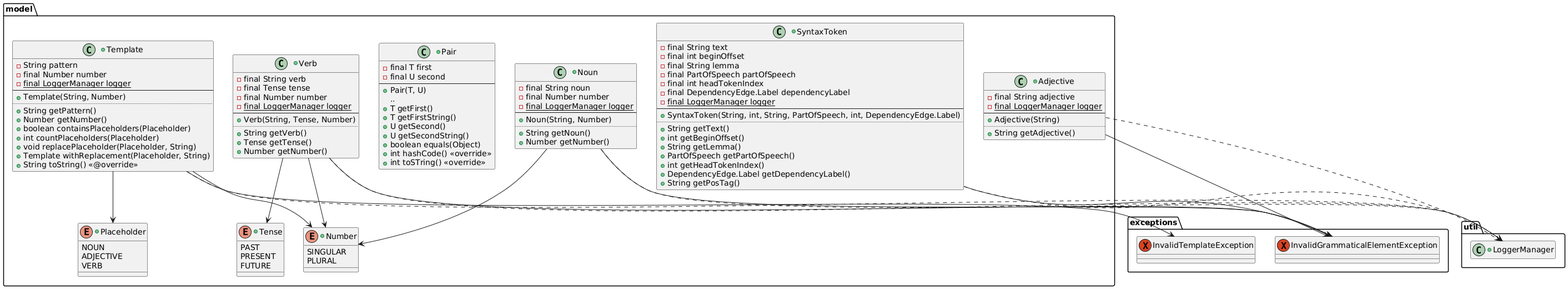
Earlier version of the PlantUML export diagrams/classDiagrams/ClassDiagram_model.png (sclosaf/NonSense-Generator).
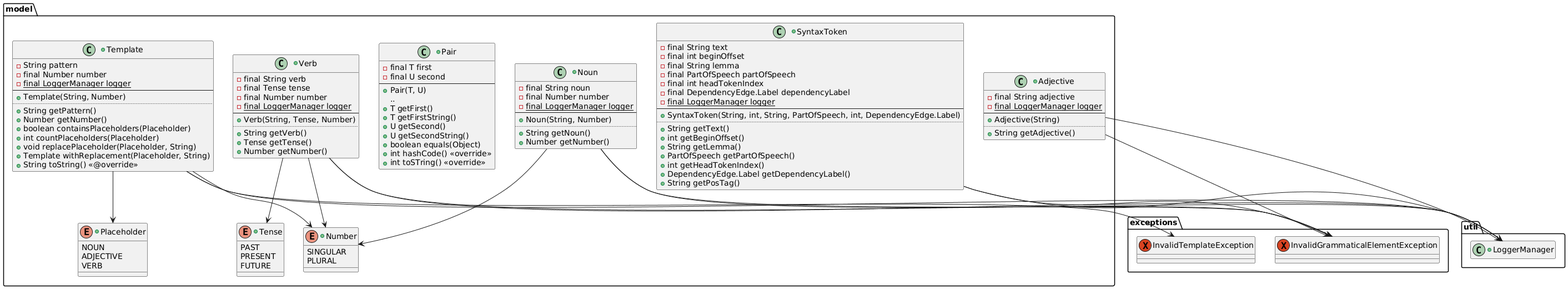
After the commit.

The edit, as a diff of the source:
```diff
@@ -589,7 +589,7 @@
 }
 
 App --> CLI
-App ..> LoggerManager
+App --> LoggerManager
 
 CLI --> Noun
 CLI --> Adjective
@@ -598,7 +598,7 @@
 CLI --> MissingInternetConnectionException
 CLI --> IllegalToleranceException
 CLI --> CommandProcessor
-CLI ..> LoggerManager
+CLI --> LoggerManager
 CLI *-- Command
 CLI *-- GenerateOption
 CLI *-- AnalyzeOptions
@@ -620,7 +620,7 @@
 CommandProcessor --> InvalidTenseException
 CommandProcessor --> InvalidTextException
 CommandProcessor --> InvalidTemplateException
-CommandProcessor ..> LoggerManager
+CommandProcessor --> LoggerManager
 
 GoogleApiClient --> NullFilePathException
 GoogleApiClient --> InvalidFilePathException
@@ -639,7 +639,7 @@
 JsonUpdater --> InvalidNumberException
 JsonUpdater --> InvalidTenseException
 JsonUpdater --> InvalidTemplateException
-JsonUpdater ..> LoggerManager
+JsonUpdater --> LoggerManager
 
 JsonFileHandler --> NullJsonKeyException
 JsonFileHandler --> InvalidJsonKeyException
@@ -652,39 +652,39 @@
 JsonFileHandler --> UnreadableFileException
 JsonFileHandler --> UnwritableFileException
 JsonFileHandler --> InvalidJsonStateException
-JsonFileHandler ..> LoggerManager
+JsonFileHandler --> LoggerManager
 
 SentenceAnalyzer --> GoogleApiClient
 SentenceAnalyzer --> SyntaxToken
 SentenceAnalyzer --> InvalidTextException
 SentenceAnalyzer --> FailedAnalysisException
 SentenceAnalyzer --> FailedClientInitializationException
-SentenceAnalyzer ..> LoggerManager
+SentenceAnalyzer --> LoggerManager
 
 ToxicityValidator --> GoogleApiClient
 ToxicityValidator --> InvalidThresholdException
 ToxicityValidator --> InvalidTextException
 ToxicityValidator --> NullLoggerException
 ToxicityValidator --> NullClientException
-ToxicityValidator ..> LoggerManager
+ToxicityValidator --> LoggerManager
 
 Adjective --> InvalidGrammaticalElementException
-Adjective ..> LoggerManager
+Adjective --> LoggerManager
 
 Noun --> InvalidGrammaticalElementException
-Noun ..> LoggerManager
+Noun --> LoggerManager
 Noun --> Number
 
 Verb --> InvalidGrammaticalElementException
-Verb ..> LoggerManager
+Verb --> LoggerManager
 Verb --> Tense
 Verb --> Number
 
 SyntaxToken --> InvalidGrammaticalElementException
-SyntaxToken ..> LoggerManager
+SyntaxToken --> LoggerManager
 
 Template --> InvalidTemplateException
-Template ..> LoggerManager
+Template --> LoggerManager
 Template --> Number
 Template --> Placeholder
 
@@ -693,28 +693,28 @@
 RandomAdjectiveGenerator --> JsonFileHandler
 RandomAdjectiveGenerator --> Adjective
 RandomAdjectiveGenerator --> InvalidListException
-RandomAdjectiveGenerator ..> LoggerManager
+RandomAdjectiveGenerator --> LoggerManager
 
 RandomNounGenerator --> JsonUpdateObserver
 RandomNounGenerator --> JsonUpdater
 RandomNounGenerator --> JsonFileHandler
 RandomNounGenerator --> Noun
 RandomNounGenerator --> InvalidListException
-RandomNounGenerator ..> LoggerManager
+RandomNounGenerator --> LoggerManager
 
 RandomVerbGenerator --> JsonUpdateObserver
 RandomVerbGenerator --> JsonUpdater
 RandomVerbGenerator --> JsonFileHandler
 RandomVerbGenerator --> Verb
 RandomVerbGenerator --> InvalidListException
-RandomVerbGenerator ..> LoggerManager
+RandomVerbGenerator --> LoggerManager
 
 RandomTemplateGenerator --> JsonUpdateObserver
 RandomTemplateGenerator --> JsonUpdater
 RandomTemplateGenerator --> JsonFileHandler
 RandomTemplateGenerator --> Template
 RandomTemplateGenerator --> InvalidListException
-RandomTemplateGenerator ..> LoggerManager
+RandomTemplateGenerator --> LoggerManager
 
 SentenceGenerator --> Noun
 SentenceGenerator --> Verb
@@ -727,10 +727,10 @@
 SentenceGenerator --> JsonUpdater
 SentenceGenerator --> InvalidNumberException
 SentenceGenerator --> InvalidTemplateException
-SentenceGenerator ..> LoggerManager
+SentenceGenerator --> LoggerManager
 
 SyntaxTreeBuilder --> SyntaxToken
-SyntaxTreeBuilder ..> LoggerManager
+SyntaxTreeBuilder --> LoggerManager
 SyntaxTreeBuilder *-- TreeNodeInfo
 SyntaxTreeBuilder <|-- SyntaxToken
 
```
